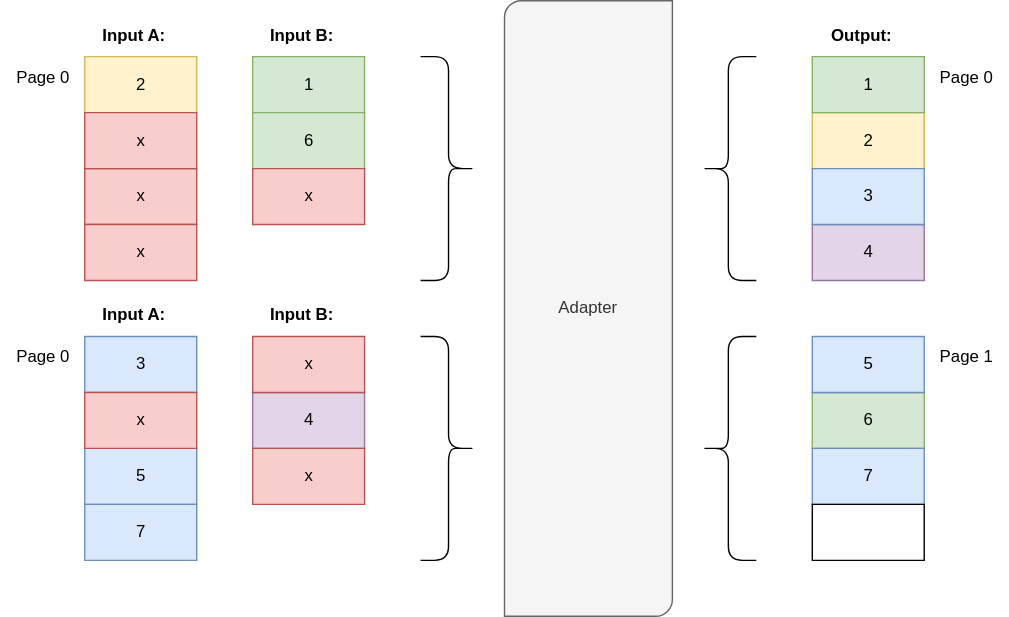
This is images/MergeResponsesKomplex.svg from cwahlmann/searchadapter, a draw.io export, as it was before one commit. Source tidied: cells renumbered, new cells last; positions are measured from the earlier drawing's top-left corner, leaving out a move shared by most shapes.
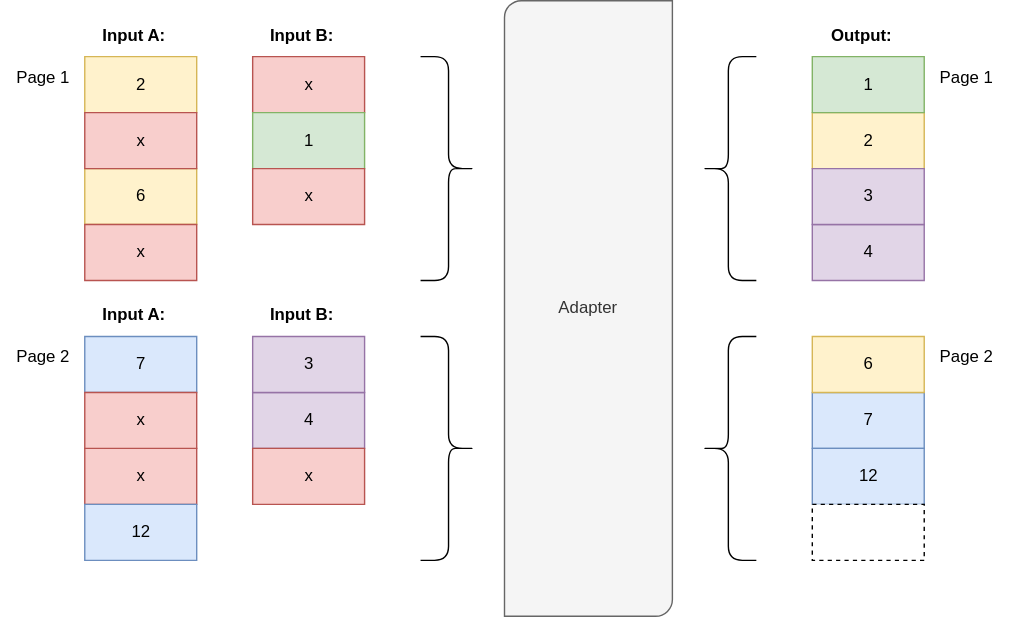
Above is the later version.

Diff of the diagram source:
```diff
@@ -5,13 +5,13 @@
     <mxCell id="2" value="2" style="verticalLabelPosition=middle;verticalAlign=middle;html=1;shape=mxgraph.basic.rect;fillColor2=none;strokeWidth=1;size=20;indent=5;labelPosition=center;align=center;fillColor=#fff2cc;strokeColor=#d6b656;" parent="1" vertex="1">
       <mxGeometry x="60" y="40" width="80" height="40" as="geometry" />
     </mxCell>
-    <mxCell id="3" value="x" style="verticalLabelPosition=middle;verticalAlign=middle;html=1;shape=mxgraph.basic.rect;fillColor2=none;strokeWidth=1;size=20;indent=5;labelPosition=center;align=center;fillColor=#f8cecc;strokeColor=#b85450;" parent="1" vertex="1">
+    <mxCell id="3" value="6" style="verticalLabelPosition=middle;verticalAlign=middle;html=1;shape=mxgraph.basic.rect;fillColor2=none;strokeWidth=1;size=20;indent=5;labelPosition=center;align=center;fillColor=#fff2cc;strokeColor=#d6b656;" parent="1" vertex="1">
       <mxGeometry x="60" y="120" width="80" height="40" as="geometry" />
     </mxCell>
-    <mxCell id="4" value="Page 0" style="text;html=1;align=center;verticalAlign=middle;strokeColor=none;fillColor=none;" parent="1" vertex="1">
+    <mxCell id="4" value="Page 1" style="text;html=1;align=center;verticalAlign=middle;strokeColor=none;fillColor=none;" parent="1" vertex="1">
       <mxGeometry y="40" width="60" height="30" as="geometry" />
     </mxCell>
-    <mxCell id="5" value="Page 0" style="text;html=1;align=center;verticalAlign=middle;strokeColor=none;fillColor=none;" parent="1" vertex="1">
+    <mxCell id="5" value="Page 1" style="text;html=1;align=center;verticalAlign=middle;strokeColor=none;fillColor=none;" parent="1" vertex="1">
       <mxGeometry x="660" y="40" width="60" height="30" as="geometry" />
     </mxCell>
     <mxCell id="6" value="Adapter" style="verticalLabelPosition=middle;verticalAlign=middle;html=1;shape=mxgraph.basic.diag_round_rect;dx=6;whiteSpace=wrap;labelPosition=center;align=center;fillColor=#f5f5f5;fontColor=#333333;strokeColor=#666666;" parent="1" vertex="1">
@@ -29,10 +29,10 @@
     <mxCell id="10" value="&lt;b&gt;Output:&lt;/b&gt;" style="text;html=1;align=center;verticalAlign=middle;strokeColor=none;fillColor=none;" parent="1" vertex="1">
       <mxGeometry x="580" y="10" width="70" height="30" as="geometry" />
     </mxCell>
-    <mxCell id="11" value="1" style="verticalLabelPosition=middle;verticalAlign=middle;html=1;shape=mxgraph.basic.rect;fillColor2=none;strokeWidth=1;size=20;indent=5;labelPosition=center;align=center;fillColor=#d5e8d4;strokeColor=#82b366;" parent="1" vertex="1">
+    <mxCell id="11" value="x" style="verticalLabelPosition=middle;verticalAlign=middle;html=1;shape=mxgraph.basic.rect;fillColor2=none;strokeWidth=1;size=20;indent=5;labelPosition=center;align=center;fillColor=#f8cecc;strokeColor=#b85450;" parent="1" vertex="1">
       <mxGeometry x="180" y="40" width="80" height="40" as="geometry" />
     </mxCell>
-    <mxCell id="12" value="6" style="verticalLabelPosition=middle;verticalAlign=middle;html=1;shape=mxgraph.basic.rect;fillColor2=none;strokeWidth=1;size=20;indent=5;labelPosition=center;align=center;fillColor=#d5e8d4;strokeColor=#82b366;" parent="1" vertex="1">
+    <mxCell id="12" value="1" style="verticalLabelPosition=middle;verticalAlign=middle;html=1;shape=mxgraph.basic.rect;fillColor2=none;strokeWidth=1;size=20;indent=5;labelPosition=center;align=center;fillColor=#d5e8d4;strokeColor=#82b366;" parent="1" vertex="1">
       <mxGeometry x="180" y="80" width="80" height="40" as="geometry" />
     </mxCell>
     <mxCell id="13" value="2" style="verticalLabelPosition=middle;verticalAlign=middle;html=1;shape=mxgraph.basic.rect;fillColor2=none;strokeWidth=1;size=20;indent=5;labelPosition=center;align=center;fillColor=#fff2cc;strokeColor=#d6b656;" parent="1" vertex="1">
@@ -41,13 +41,13 @@
     <mxCell id="14" value="4" style="verticalLabelPosition=middle;verticalAlign=middle;html=1;shape=mxgraph.basic.rect;fillColor2=none;strokeWidth=1;size=20;indent=5;labelPosition=center;align=center;fillColor=#e1d5e7;strokeColor=#9673a6;" parent="1" vertex="1">
       <mxGeometry x="580" y="160" width="80" height="40" as="geometry" />
     </mxCell>
-    <mxCell id="15" value="6" style="verticalLabelPosition=middle;verticalAlign=middle;html=1;shape=mxgraph.basic.rect;fillColor2=none;strokeWidth=1;size=20;indent=5;labelPosition=center;align=center;fillColor=#d5e8d4;strokeColor=#82b366;" parent="1" vertex="1">
+    <mxCell id="15" value="7" style="verticalLabelPosition=middle;verticalAlign=middle;html=1;shape=mxgraph.basic.rect;fillColor2=none;strokeWidth=1;size=20;indent=5;labelPosition=center;align=center;fillColor=#dae8fc;strokeColor=#6c8ebf;" parent="1" vertex="1">
       <mxGeometry x="580" y="280" width="80" height="40" as="geometry" />
     </mxCell>
-    <mxCell id="16" value="7" style="verticalLabelPosition=middle;verticalAlign=middle;html=1;shape=mxgraph.basic.rect;fillColor2=none;strokeWidth=1;size=20;indent=5;labelPosition=center;align=center;fillColor=#dae8fc;strokeColor=#6c8ebf;" parent="1" vertex="1">
+    <mxCell id="16" value="12" style="verticalLabelPosition=middle;verticalAlign=middle;html=1;shape=mxgraph.basic.rect;fillColor2=none;strokeWidth=1;size=20;indent=5;labelPosition=center;align=center;fillColor=#dae8fc;strokeColor=#6c8ebf;" parent="1" vertex="1">
       <mxGeometry x="580" y="320" width="80" height="40" as="geometry" />
     </mxCell>
-    <mxCell id="17" value="Page 1" style="text;html=1;align=center;verticalAlign=middle;strokeColor=none;fillColor=none;" parent="1" vertex="1">
+    <mxCell id="17" value="Page 2" style="text;html=1;align=center;verticalAlign=middle;strokeColor=none;fillColor=none;" parent="1" vertex="1">
       <mxGeometry x="660" y="240" width="60" height="30" as="geometry" />
     </mxCell>
     <mxCell id="18" style="shape=curlyBracket;whiteSpace=wrap;html=1;rounded=1;flipH=1;labelPosition=right;verticalLabelPosition=middle;align=left;verticalAlign=middle;rotation=-180;" parent="1" vertex="1">
@@ -56,28 +56,28 @@
     <mxCell id="19" value="1" style="verticalLabelPosition=middle;verticalAlign=middle;html=1;shape=mxgraph.basic.rect;fillColor2=none;strokeWidth=1;size=20;indent=5;labelPosition=center;align=center;fillColor=#d5e8d4;strokeColor=#82b366;" parent="1" vertex="1">
       <mxGeometry x="580" y="40" width="80" height="40" as="geometry" />
     </mxCell>
-    <mxCell id="20" value="3" style="verticalLabelPosition=middle;verticalAlign=middle;html=1;shape=mxgraph.basic.rect;fillColor2=none;strokeWidth=1;size=20;indent=5;labelPosition=center;align=center;fillColor=#dae8fc;strokeColor=#6c8ebf;" parent="1" vertex="1">
+    <mxCell id="20" value="3" style="verticalLabelPosition=middle;verticalAlign=middle;html=1;shape=mxgraph.basic.rect;fillColor2=none;strokeWidth=1;size=20;indent=5;labelPosition=center;align=center;fillColor=#e1d5e7;strokeColor=#9673a6;" parent="1" vertex="1">
       <mxGeometry x="580" y="120" width="80" height="40" as="geometry" />
     </mxCell>
-    <mxCell id="21" value="5" style="verticalLabelPosition=middle;verticalAlign=middle;html=1;shape=mxgraph.basic.rect;fillColor2=none;strokeWidth=1;size=20;indent=5;labelPosition=center;align=center;fillColor=#dae8fc;strokeColor=#6c8ebf;" parent="1" vertex="1">
+    <mxCell id="21" value="6" style="verticalLabelPosition=middle;verticalAlign=middle;html=1;shape=mxgraph.basic.rect;fillColor2=none;strokeWidth=1;size=20;indent=5;labelPosition=center;align=center;fillColor=#fff2cc;strokeColor=#d6b656;" parent="1" vertex="1">
       <mxGeometry x="580" y="240" width="80" height="40" as="geometry" />
     </mxCell>
-    <mxCell id="22" style="verticalLabelPosition=middle;verticalAlign=middle;html=1;shape=mxgraph.basic.rect;fillColor2=none;strokeWidth=1;size=20;indent=5;labelPosition=center;align=center;" parent="1" vertex="1">
+    <mxCell id="22" style="verticalLabelPosition=middle;verticalAlign=middle;html=1;shape=mxgraph.basic.rect;fillColor2=none;strokeWidth=1;size=20;indent=5;labelPosition=center;align=center;dashed=1;" parent="1" vertex="1">
       <mxGeometry x="580" y="360" width="80" height="40" as="geometry" />
     </mxCell>
     <mxCell id="23" value="&lt;b&gt;Input B:&lt;/b&gt;" style="text;html=1;align=center;verticalAlign=middle;strokeColor=none;fillColor=none;" parent="1" vertex="1">
       <mxGeometry x="180" y="10" width="70" height="30" as="geometry" />
     </mxCell>
-    <mxCell id="24" value="3" style="verticalLabelPosition=middle;verticalAlign=middle;html=1;shape=mxgraph.basic.rect;fillColor2=none;strokeWidth=1;size=20;indent=5;labelPosition=center;align=center;fillColor=#dae8fc;strokeColor=#6c8ebf;" parent="1" vertex="1">
+    <mxCell id="24" value="7" style="verticalLabelPosition=middle;verticalAlign=middle;html=1;shape=mxgraph.basic.rect;fillColor2=none;strokeWidth=1;size=20;indent=5;labelPosition=center;align=center;fillColor=#dae8fc;strokeColor=#6c8ebf;" parent="1" vertex="1">
       <mxGeometry x="60" y="240" width="80" height="40" as="geometry" />
     </mxCell>
-    <mxCell id="25" value="5" style="verticalLabelPosition=middle;verticalAlign=middle;html=1;shape=mxgraph.basic.rect;fillColor2=none;strokeWidth=1;size=20;indent=5;labelPosition=center;align=center;fillColor=#dae8fc;strokeColor=#6c8ebf;" parent="1" vertex="1">
+    <mxCell id="25" value="x" style="verticalLabelPosition=middle;verticalAlign=middle;html=1;shape=mxgraph.basic.rect;fillColor2=none;strokeWidth=1;size=20;indent=5;labelPosition=center;align=center;fillColor=#f8cecc;strokeColor=#b85450;" parent="1" vertex="1">
       <mxGeometry x="60" y="320" width="80" height="40" as="geometry" />
     </mxCell>
-    <mxCell id="26" value="7" style="verticalLabelPosition=middle;verticalAlign=middle;html=1;shape=mxgraph.basic.rect;fillColor2=none;strokeWidth=1;size=20;indent=5;labelPosition=center;align=center;fillColor=#dae8fc;strokeColor=#6c8ebf;" parent="1" vertex="1">
+    <mxCell id="26" value="12" style="verticalLabelPosition=middle;verticalAlign=middle;html=1;shape=mxgraph.basic.rect;fillColor2=none;strokeWidth=1;size=20;indent=5;labelPosition=center;align=center;fillColor=#dae8fc;strokeColor=#6c8ebf;" parent="1" vertex="1">
       <mxGeometry x="60" y="360" width="80" height="40" as="geometry" />
     </mxCell>
-    <mxCell id="27" value="Page 0" style="text;html=1;align=center;verticalAlign=middle;strokeColor=none;fillColor=none;" parent="1" vertex="1">
+    <mxCell id="27" value="Page 2" style="text;html=1;align=center;verticalAlign=middle;strokeColor=none;fillColor=none;" parent="1" vertex="1">
       <mxGeometry y="240" width="60" height="30" as="geometry" />
     </mxCell>
     <mxCell id="28" style="shape=curlyBracket;whiteSpace=wrap;html=1;rounded=1;flipH=1;labelPosition=right;verticalLabelPosition=middle;align=left;verticalAlign=middle;" parent="1" vertex="1">
@@ -101,7 +101,7 @@
     <mxCell id="34" value="x" style="verticalLabelPosition=middle;verticalAlign=middle;html=1;shape=mxgraph.basic.rect;fillColor2=none;strokeWidth=1;size=20;indent=5;labelPosition=center;align=center;fillColor=#f8cecc;strokeColor=#b85450;" parent="1" vertex="1">
       <mxGeometry x="180" y="120" width="80" height="40" as="geometry" />
     </mxCell>
-    <mxCell id="35" value="x" style="verticalLabelPosition=middle;verticalAlign=middle;html=1;shape=mxgraph.basic.rect;fillColor2=none;strokeWidth=1;size=20;indent=5;labelPosition=center;align=center;fillColor=#f8cecc;strokeColor=#b85450;" parent="1" vertex="1">
+    <mxCell id="35" value="3" style="verticalLabelPosition=middle;verticalAlign=middle;html=1;shape=mxgraph.basic.rect;fillColor2=none;strokeWidth=1;size=20;indent=5;labelPosition=center;align=center;fillColor=#e1d5e7;strokeColor=#9673a6;" parent="1" vertex="1">
       <mxGeometry x="180" y="240" width="80" height="40" as="geometry" />
     </mxCell>
     <mxCell id="36" value="x" style="verticalLabelPosition=middle;verticalAlign=middle;html=1;shape=mxgraph.basic.rect;fillColor2=none;strokeWidth=1;size=20;indent=5;labelPosition=center;align=center;fillColor=#f8cecc;strokeColor=#b85450;" parent="1" vertex="1">
```
